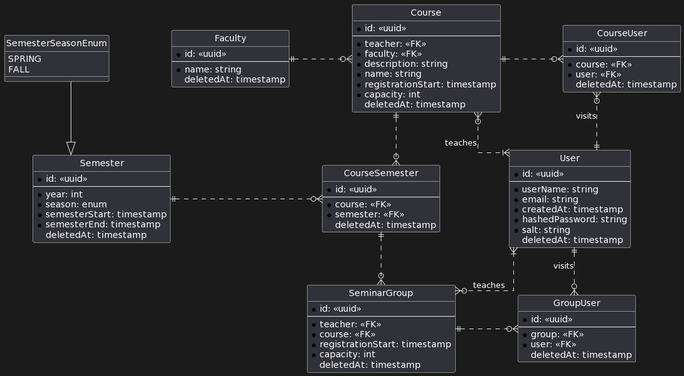
TheRikej/courses-registrator keeps this PlantUML diagram as diagrams/CoursesRegistrator.png. Above is the earlier version.
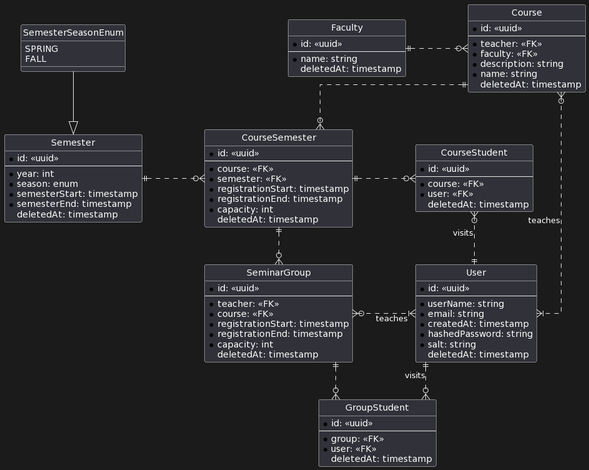
After the commit.

Commit message:
fix(ERD): Studied Course now depends on semester

The edit, as a diff of the source:
```diff
@@ -22,8 +22,6 @@
     * faculty: <<FK>>
     * description: string
     * name: string
-    * registrationStart: timestamp
-    * capacity: int
     deletedAt: timestamp
 }
 
@@ -33,6 +31,7 @@
     * teacher: <<FK>>
     * course: <<FK>>
     * registrationStart: timestamp
+    * registrationEnd: timestamp
     * capacity: int
     deletedAt: timestamp
 }
@@ -59,10 +58,13 @@
     ---
     * course: <<FK>>
     * semester: <<FK>>
+    * registrationStart: timestamp
+    * registrationEnd: timestamp
+    * capacity: int
     deletedAt: timestamp
 }
 
-entity CourseUser {
+entity CourseStudent {
     * id: <<uuid>>
     ---
     * course: <<FK>>
@@ -70,7 +72,7 @@
     deletedAt: timestamp
 }
 
-entity GroupUser {
+entity GroupStudent {
     * id: <<uuid>>
     ---
     * group: <<FK>>
@@ -84,11 +86,11 @@
 }
 
 
-User ||..o{ GroupUser: visits
-SeminarGroup ||.r.o{ GroupUser
+User ||..o{ GroupStudent: visits
+SeminarGroup ||.r.o{ GroupStudent
 
-User ||.u.o{ CourseUser: visits
-Course ||.r.o{ CourseUser
+User ||.u.o{ CourseStudent: visits
+CourseSemester ||.r.o{ CourseStudent
 
 Faculty ||.r.o{ Course
 CourseSemester||..o{ SeminarGroup
@@ -98,7 +100,7 @@
 Semester||.r.o{ CourseSemester
 
 User }|.l.o{ Course: teaches
-User }|..o{ SeminarGroup: teaches
+User }|.l.o{ SeminarGroup: teaches
 
 Semester <|-u- SemesterSeasonEnum
 @enduml
```
